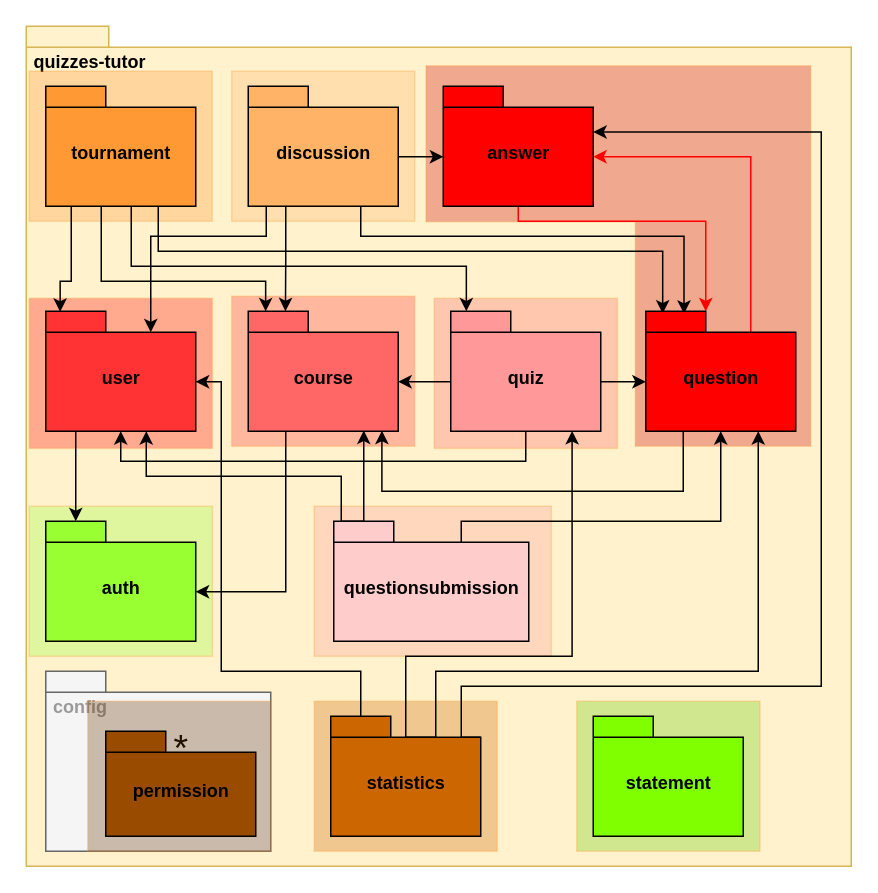
The draw.io diagram documentation/draw.io projects/Uses View Context Map.drawio in dmmnjaws/ASoft-2020-2021-quizzes-tutor-arquitecture-documentation, before the edit. Source tidied: cells renumbered, new cells numbered last; positions are measured from the earlier drawing's top-left corner, leaving out a move shared by most shapes. Both pictures are drawn from the tidied source at 150%, with x=0, y=0 at pixel (26, 26).
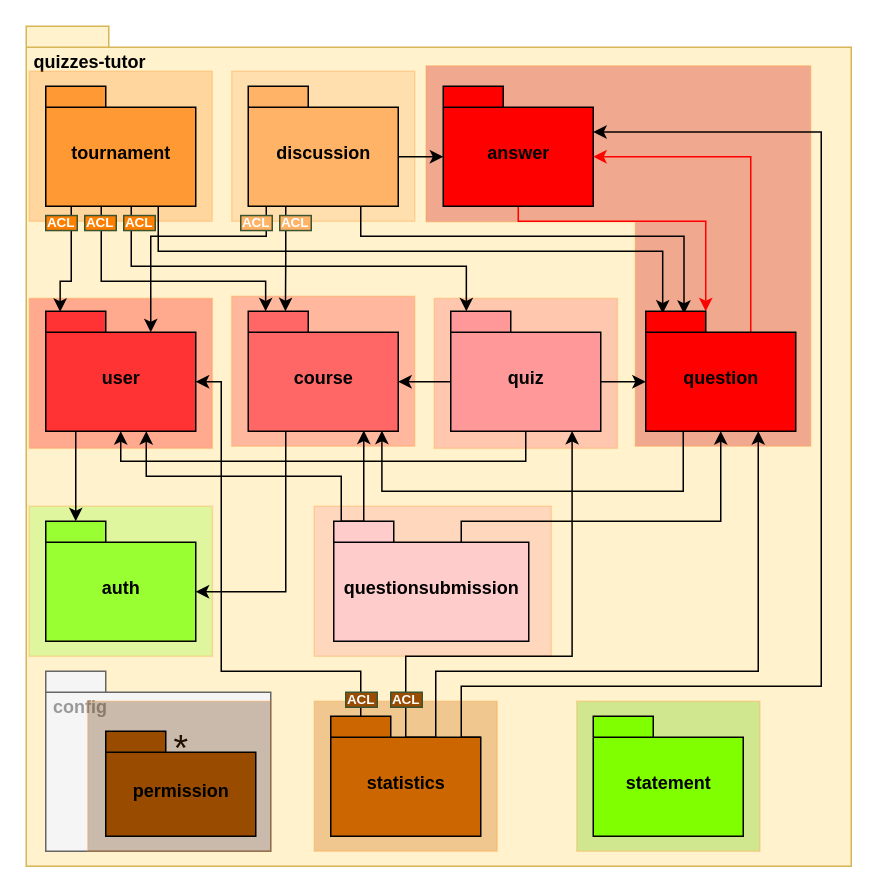
Above is the later version.

What changed in the source:
```diff
@@
+    <mxCell id="51" value="ACL" style="rounded=0;whiteSpace=wrap;html=1;strokeColor=#3A5431;fontSize=9;fillColor=#FF8000;fontStyle=1;fontColor=#FFFFFF;" parent="1" vertex="1">
+      <mxGeometry x="13" y="126.2" width="21" height="10" as="geometry" />
+    </mxCell>
+    <mxCell id="52" value="ACL" style="rounded=0;whiteSpace=wrap;html=1;strokeColor=#3A5431;fontSize=9;fillColor=#FF8000;fontStyle=1;fontColor=#FFFFFF;" parent="1" vertex="1">
+      <mxGeometry x="39" y="126.2" width="21" height="10" as="geometry" />
+    </mxCell>
+    <mxCell id="53" value="ACL" style="rounded=0;whiteSpace=wrap;html=1;strokeColor=#3A5431;fontSize=9;fillColor=#FF8000;fontStyle=1;fontColor=#FFFFFF;" parent="1" vertex="1">
+      <mxGeometry x="65" y="126.2" width="21" height="10" as="geometry" />
+    </mxCell>
+    <mxCell id="54" value="ACL" style="rounded=0;whiteSpace=wrap;html=1;strokeColor=#3A5431;fontSize=9;fillColor=#FFB366;fontStyle=1;fontColor=#FFFFFF;" parent="1" vertex="1">
+      <mxGeometry x="143" y="126.2" width="21" height="10" as="geometry" />
+    </mxCell>
+    <mxCell id="55" value="ACL" style="rounded=0;whiteSpace=wrap;html=1;strokeColor=#3A5431;fontSize=9;fillColor=#FFB366;fontStyle=1;fontColor=#FFFFFF;" parent="1" vertex="1">
+      <mxGeometry x="169" y="126.2" width="21" height="10" as="geometry" />
+    </mxCell>
+    <mxCell id="56" value="ACL" style="rounded=0;whiteSpace=wrap;html=1;strokeColor=#3A5431;fontSize=9;fillColor=#994C00;fontStyle=1;fontColor=#FFFFFF;" parent="1" vertex="1">
+      <mxGeometry x="213" y="444" width="21" height="10" as="geometry" />
+    </mxCell>
+    <mxCell id="57" value="ACL" style="rounded=0;whiteSpace=wrap;html=1;strokeColor=#3A5431;fontSize=9;fillColor=#994C00;fontStyle=1;fontColor=#FFFFFF;" parent="1" vertex="1">
+      <mxGeometry x="243" y="444" width="21" height="10" as="geometry" />
+    </mxCell>
```
